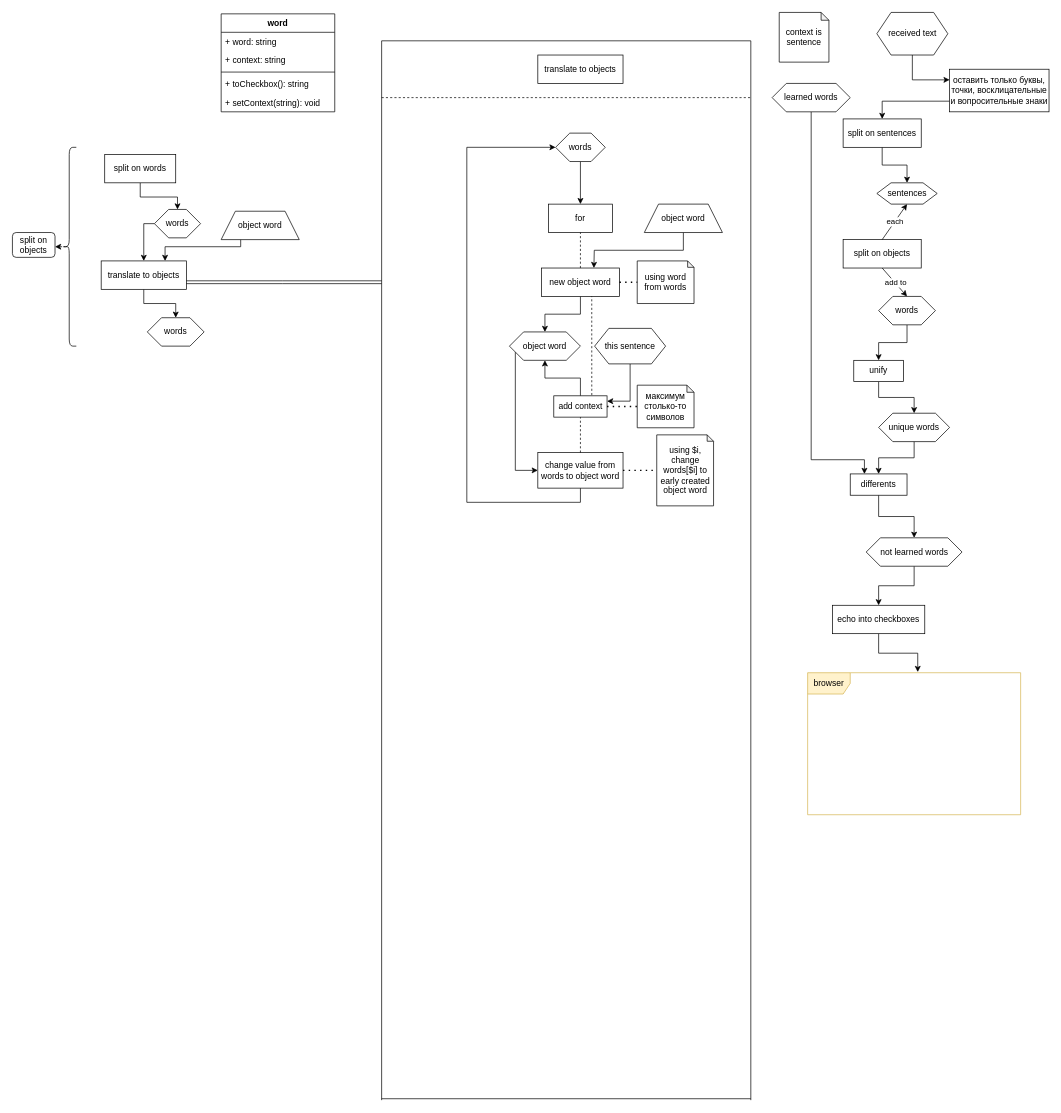
Earlier version of the draw.io diagram slitch_stack.drawio (H-R-G-P/Slitch). Source tidied: cells renumbered, new cells numbered last; positions are measured from the earlier drawing's top-left corner, leaving out a move shared by most shapes. Both pictures are drawn from the tidied source at 71%, with x=0, y=0 at pixel (12, 12).
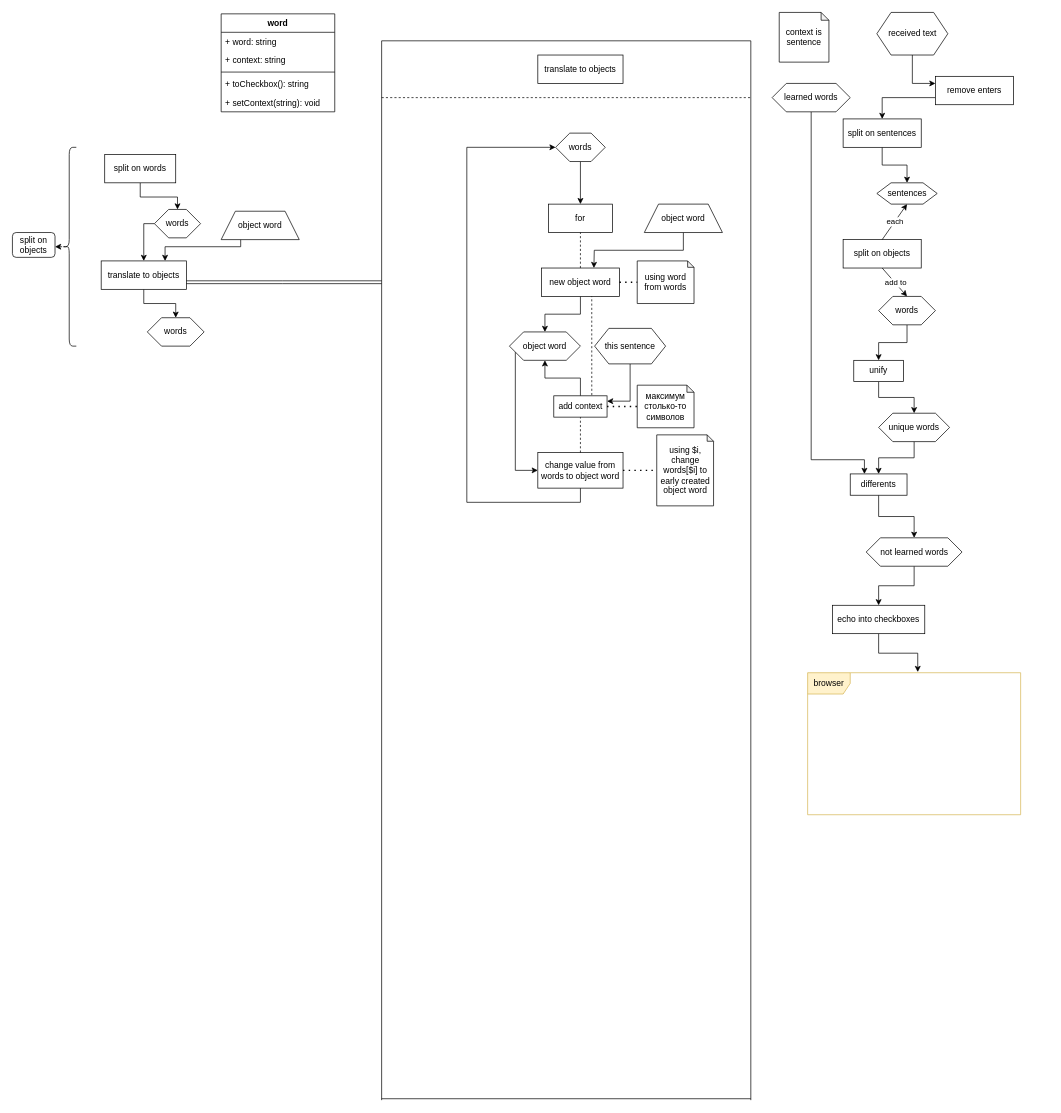
The same diagram, later.

Commit message:
Simplified the logic.

Change to the diagram source:
```diff
@@
-    <mxCell id="76" value="оставить только буквы, точки, восклицательные и вопросительные знаки" style="whiteSpace=wrap;html=1;fillColor=#ffffff;" parent="1" vertex="1">
-      <mxGeometry x="1320" y="80" width="140" height="60" as="geometry" />
+    <mxCell id="76" value="remove enters" style="whiteSpace=wrap;html=1;fillColor=#ffffff;" parent="1" vertex="1">
+      <mxGeometry x="1300" y="90" width="110" height="40" as="geometry" />
     </mxCell>
```
